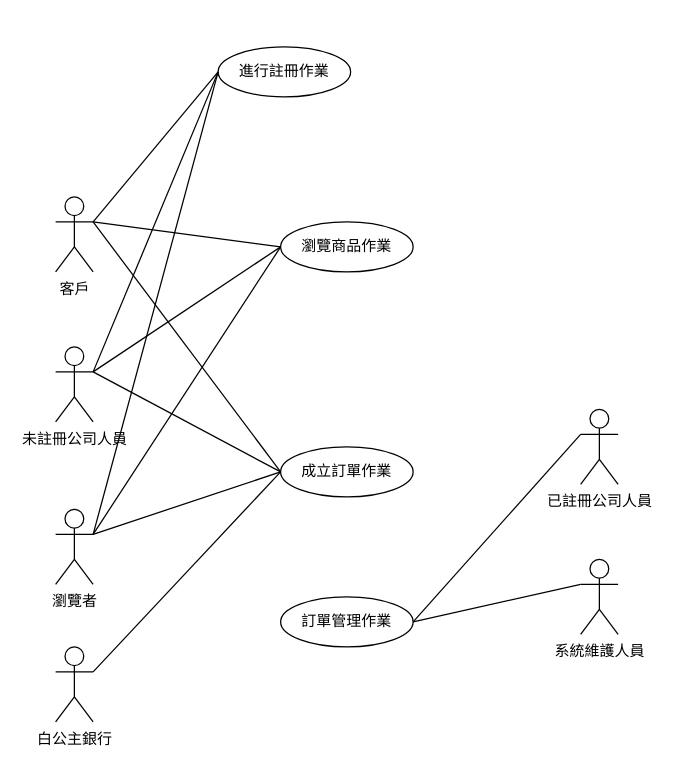
This is page "(b) 小題" (1 of 3) of sample1.drawio from Zong789/110-2Mid, a draw.io file, before an edit. Source tidied: cells renumbered, new cells numbered last; positions are measured from the earlier drawing's top-left corner, leaving out a move shared by most shapes. Both pictures are drawn from the tidied source at 125%, with x=0, y=0 at pixel (55, 46).
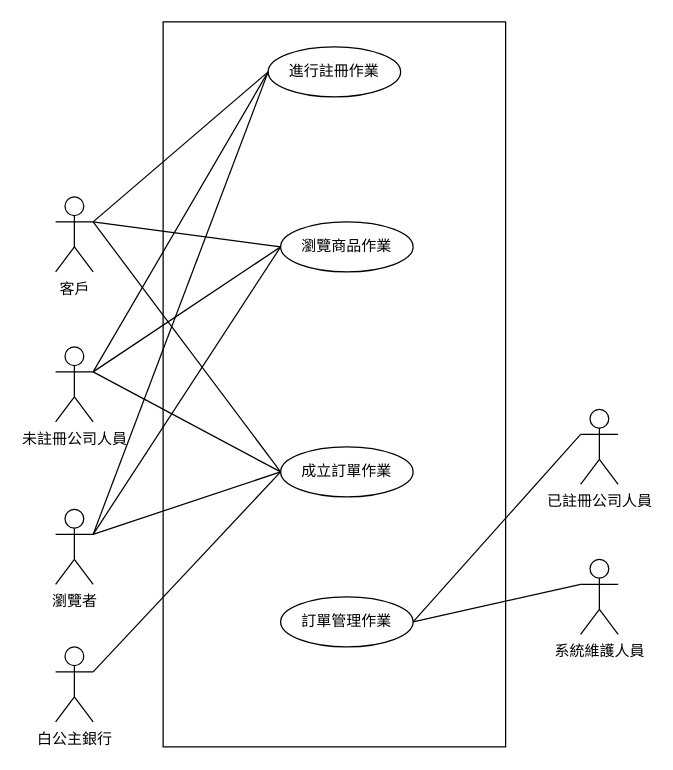
The same page after the edit.

Change to the diagram source:
```diff
@@
+    <mxCell id="24" style="rounded=0;whiteSpace=wrap;html=1;" parent="1" vertex="1">
+      <mxGeometry x="86" y="-20" width="274" height="580" as="geometry" />
+    </mxCell>
@@
     <mxCell id="7" value="進行註冊作業" style="ellipse;whiteSpace=wrap;html=1;" parent="1" vertex="1">
-      <mxGeometry x="130" width="106" height="40" as="geometry" />
+      <mxGeometry x="170" width="106" height="40" as="geometry" />
     </mxCell>
```
